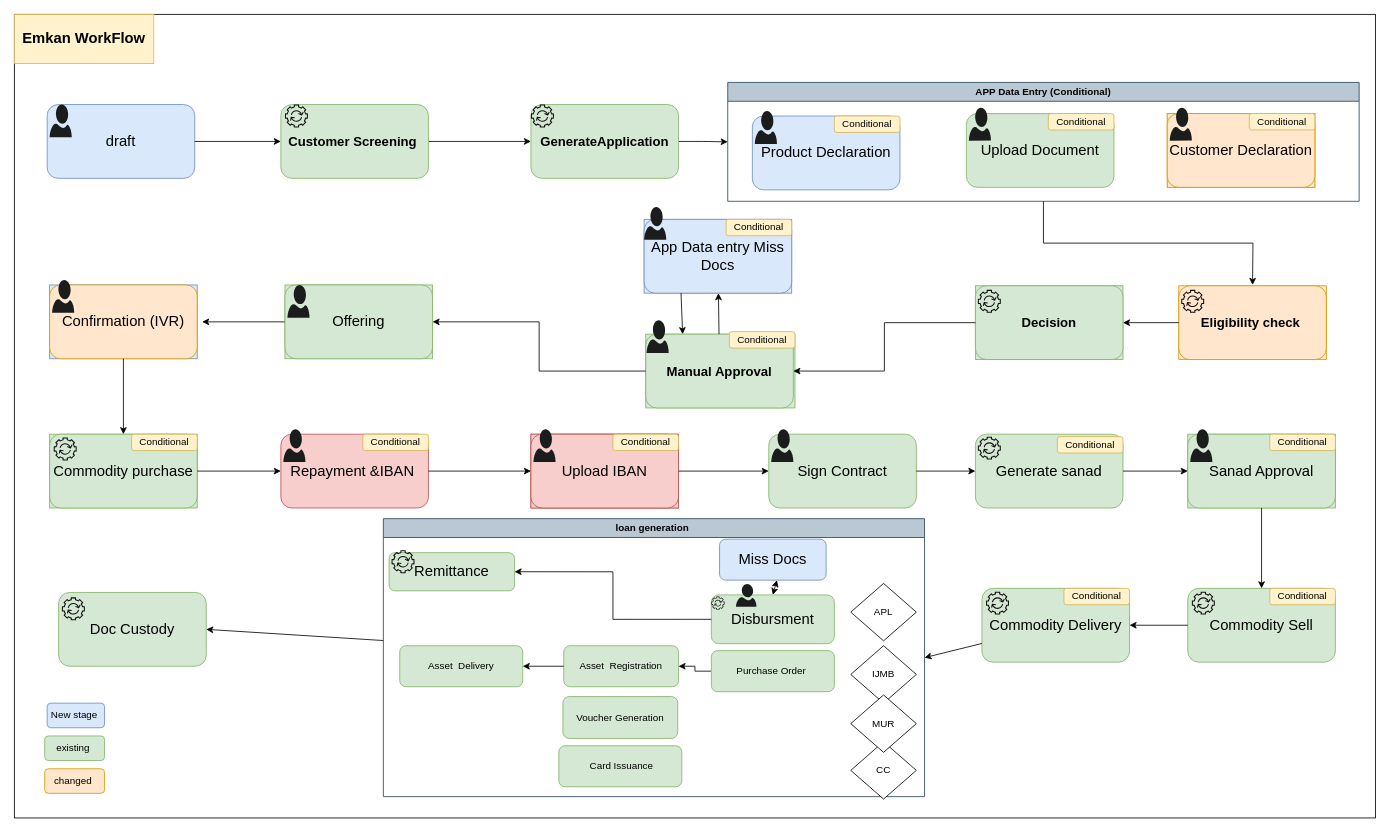
Earlier version of the draw.io diagram page "WorkFlow" (3 of 10) of Migration[1]v2.drawio (MHosnii/DrawIo). Source tidied: cells renumbered, new cells numbered last; positions are measured from the earlier drawing's top-left corner, leaving out a move shared by most shapes. Both pictures are drawn from the tidied source at 82%, with x=0, y=0 at pixel (14, 14).
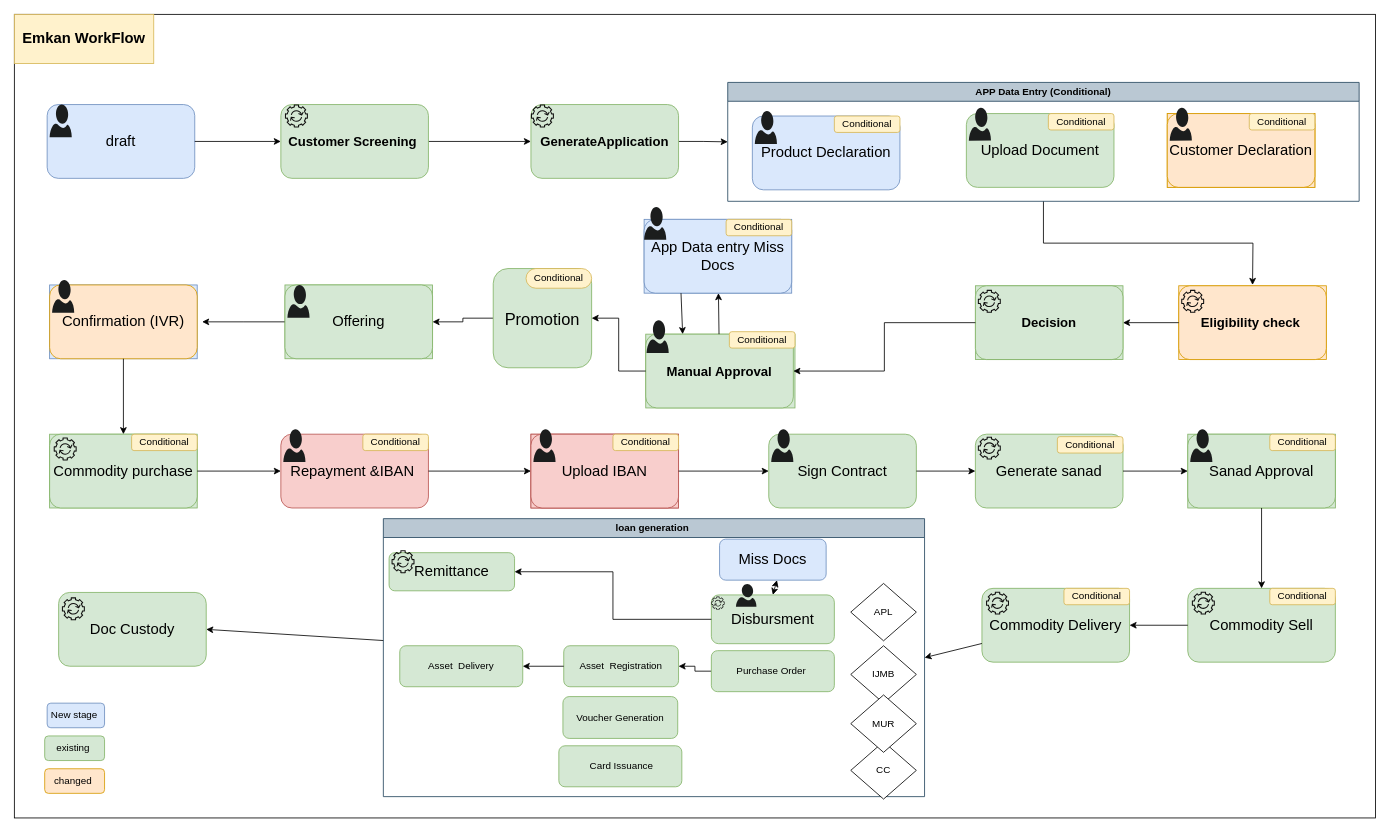
Above is the later version.

The change refers to these unchanged cells:
```xml
<mxCell id="6" value="&lt;font style=&quot;font-size: 18px;&quot;&gt;Offering&lt;/font&gt;" style="rounded=1;whiteSpace=wrap;html=1;fillColor=#d5e8d4;strokeColor=#82b366;" parent="4" vertex="1">
  <mxGeometry width="180" height="90" as="geometry" />
</mxCell>
<mxCell id="59" value="&lt;font style=&quot;font-size: 16px;&quot;&gt;&lt;b&gt;Decision&lt;/b&gt;&lt;/font&gt;" style="rounded=1;whiteSpace=wrap;html=1;fillColor=#d5e8d4;strokeColor=#82b366;" parent="58" vertex="1">
  <mxGeometry width="180" height="90" as="geometry" />
</mxCell>
<mxCell id="74" value="&lt;font style=&quot;font-size: 16px;&quot;&gt;&lt;b&gt;Manual Approval&lt;/b&gt;&lt;/font&gt;" style="rounded=1;whiteSpace=wrap;html=1;fillColor=#d5e8d4;strokeColor=#82b366;" parent="73" vertex="1">
  <mxGeometry width="180" height="90" as="geometry" />
</mxCell>
```

Diff of the diagram source:
```diff
@@
-    <mxCell id="79" style="edgeStyle=orthogonalEdgeStyle;rounded=0;jettySize=auto;html=1;" parent="1" edge="1" source="59" target="74">
-      <mxGeometry relative="1" as="geometry" />
-    </mxCell>
@@
-    <mxCell id="135" style="edgeStyle=orthogonalEdgeStyle;rounded=0;jettySize=auto;html=1;entryX=1;entryY=0.5;entryDx=0;entryDy=0;" parent="1" edge="1" source="74" target="6">
+    <mxCell id="135" style="edgeStyle=orthogonalEdgeStyle;rounded=0;jettySize=auto;html=1;entryX=1;entryY=0.5;entryDx=0;entryDy=0;" parent="1" edge="1" source="138" target="6">
       <mxGeometry relative="1" as="geometry" />
     </mxCell>
+    <mxCell id="79" style="edgeStyle=orthogonalEdgeStyle;rounded=0;jettySize=auto;html=1;entryX=1;entryY=0.5;entryDx=0;entryDy=0;" parent="1" edge="1" source="59" target="74">
+      <mxGeometry relative="1" as="geometry" />
+    </mxCell>
+    <mxCell id="136" style="edgeStyle=orthogonalEdgeStyle;rounded=0;jettySize=auto;html=1;entryX=1;entryY=0.5;entryDx=0;entryDy=0;" parent="1" edge="1" source="74" target="138">
+      <mxGeometry relative="1" as="geometry" />
+    </mxCell>
+    <mxCell id="137" style="group;" parent="1" vertex="1">
+      <mxGeometry x="584" y="310" width="120" height="120" as="geometry" />
+    </mxCell>
+    <mxCell id="138" value="&lt;font style=&quot;font-size: 20px;&quot;&gt;Promotion&lt;/font&gt;" style="whiteSpace=wrap;html=1;fillColor=#d5e8d4;strokeColor=#82b366;rounded=1;" parent="137" vertex="1">
+      <mxGeometry width="120" height="121" as="geometry" />
+    </mxCell>
+    <mxCell id="139" value="Conditional" style="rounded=1;whiteSpace=wrap;html=1;fillColor=#fff2cc;strokeColor=#d6b656;arcSize=50;" parent="137" vertex="1">
+      <mxGeometry x="40" width="80" height="24" as="geometry" />
+    </mxCell>
```
